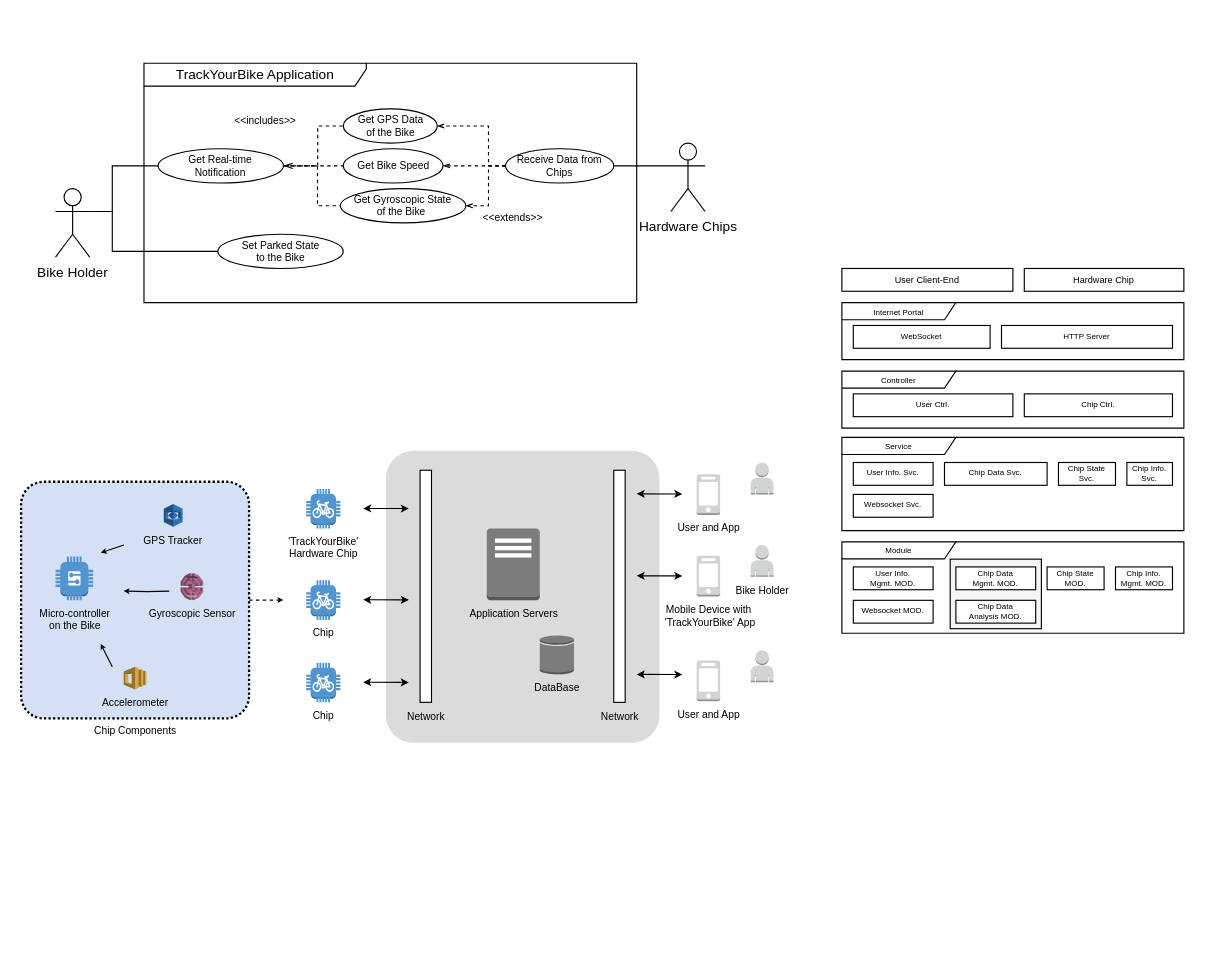
Earlier version of the draw.io diagram page "Page-1" (1 of 2) of doc/diagram/diagram.drawio (youyinnn/coen_6311_assignment1). Source tidied: cells renumbered, new cells numbered last; positions are measured from the earlier drawing's top-left corner, leaving out a move shared by most shapes. Both pictures are drawn from the tidied source at 114%, with x=0, y=0 at pixel (21, 63).
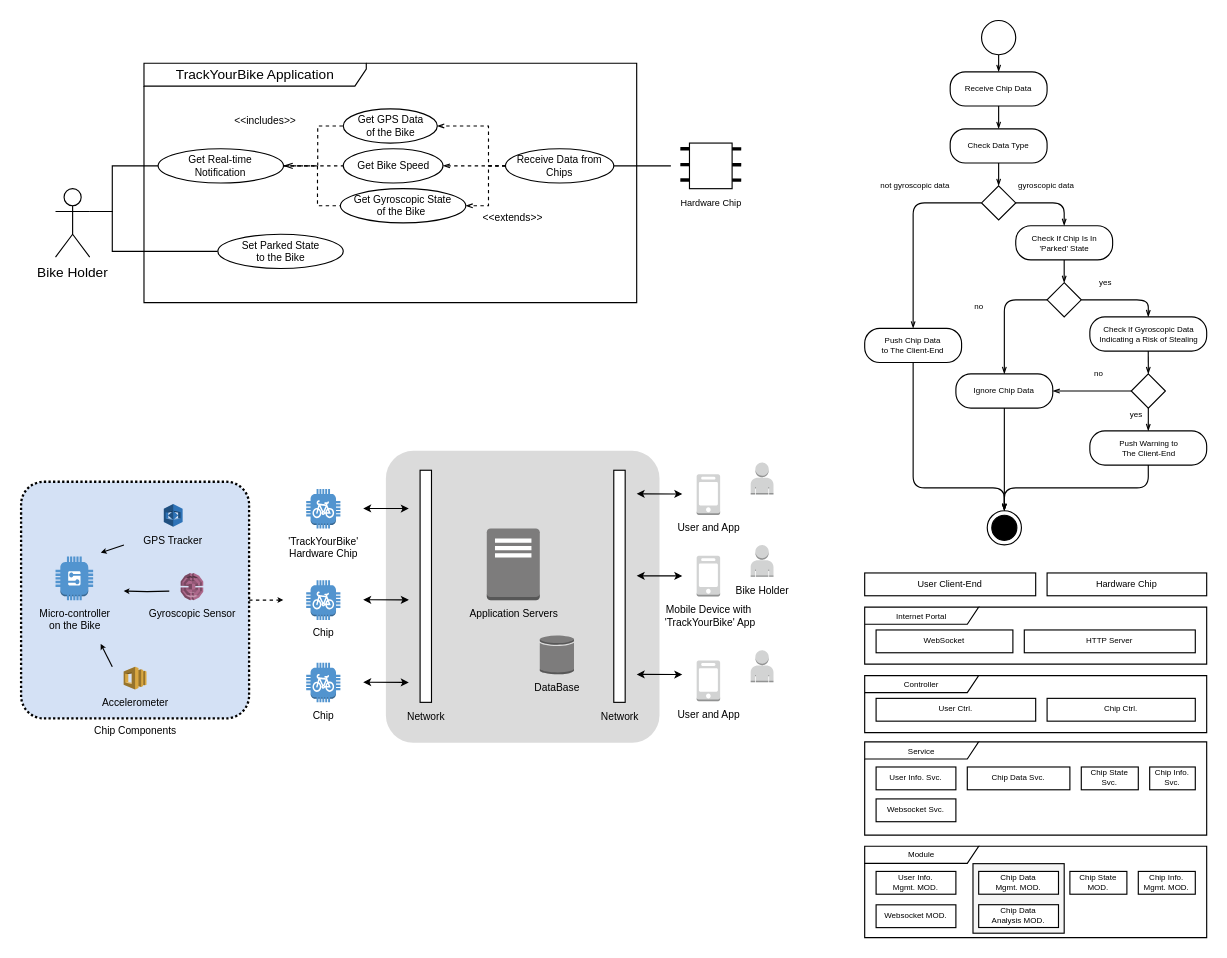
The same page after the edit.

Unchanged cells that the change refers to:
```xml
<mxCell id="55" value="Receive Data from&lt;br&gt;Chips" style="ellipse;whiteSpace=wrap;html=1;fontSize=9;" parent="1" vertex="1">
  <mxGeometry x="424.9" y="75" width="95" height="30" as="geometry" />
</mxCell>
```

Change to the diagram source:
```diff
@@
     <mxCell id="2" value="&lt;span style=&quot;font-size: 7px&quot;&gt;Module&lt;/span&gt;" style="shape=umlFrame;whiteSpace=wrap;html=1;fontSize=8;width=100;height=15;" parent="1" vertex="1">
-      <mxGeometry x="720" y="419.8" width="300" height="80.2" as="geometry" />
+      <mxGeometry x="740" y="686.8" width="300" height="80.2" as="geometry" />
     </mxCell>
     <mxCell id="3" style="whiteSpace=wrap;html=1;fontSize=7;fillColor=#f5f5f5;strokeColor=default;fontColor=#333333;" parent="1" vertex="1">
-      <mxGeometry x="815" y="435" width="80" height="61" as="geometry" />
+      <mxGeometry x="835" y="702.1" width="80" height="61" as="geometry" />
     </mxCell>
@@
-    <mxCell id="49" value="Hardware Chips" style="shape=umlActor;verticalLabelPosition=bottom;verticalAlign=top;html=1;" parent="1" vertex="1">
-      <mxGeometry x="570" y="70" width="30" height="60" as="geometry" />
-    </mxCell>
-    <mxCell id="50" style="edgeStyle=none;rounded=0;jettySize=auto;html=1;exitX=1;exitY=0.5;exitDx=0;exitDy=0;entryX=0;entryY=0.3333333333333333;entryDx=0;entryDy=0;entryPerimeter=0;fontSize=9;startArrow=none;startFill=0;endArrow=none;endFill=0;startSize=4;endSize=4;" parent="1" edge="1" source="55" target="49">
-      <mxGeometry relative="1" as="geometry" />
+    <mxCell id="50" style="edgeStyle=none;rounded=0;jettySize=auto;html=1;exitX=1;exitY=0.5;exitDx=0;exitDy=0;entryX=0;entryY=0.3333333333333333;entryDx=0;entryDy=0;entryPerimeter=0;fontSize=9;startArrow=none;startFill=0;endArrow=none;endFill=0;startSize=4;endSize=4;" parent="1" edge="1" source="55">
+      <mxGeometry relative="1" as="geometry">
+        <mxPoint x="570" y="90" as="targetPoint" />
+      </mxGeometry>
     </mxCell>
@@
     <mxCell id="56" value="User Client-End" style="whiteSpace=wrap;html=1;fontSize=8;" parent="1" vertex="1">
-      <mxGeometry x="720" y="180" width="150" height="20" as="geometry" />
+      <mxGeometry x="740" y="447.1" width="150" height="20" as="geometry" />
     </mxCell>
     <mxCell id="57" value="Hardware Chip" style="whiteSpace=wrap;html=1;fontSize=8;" parent="1" vertex="1">
-      <mxGeometry x="880" y="180" width="140" height="20" as="geometry" />
+      <mxGeometry x="900" y="447.1" width="140" height="20" as="geometry" />
     </mxCell>
     <mxCell id="58" value="&lt;font style=&quot;font-size: 7px&quot;&gt;Internet Portal&lt;/font&gt;" style="shape=umlFrame;whiteSpace=wrap;html=1;fontSize=8;width=100;height=15;" parent="1" vertex="1">
-      <mxGeometry x="720" y="210" width="300" height="50" as="geometry" />
+      <mxGeometry x="740" y="477.1" width="300" height="50" as="geometry" />
     </mxCell>
     <mxCell id="59" value="WebSocket" style="whiteSpace=wrap;html=1;fontSize=7;" parent="1" vertex="1">
-      <mxGeometry x="730" y="230" width="120" height="20" as="geometry" />
+      <mxGeometry x="750" y="497.1" width="120" height="20" as="geometry" />
     </mxCell>
     <mxCell id="60" value="HTTP Server" style="whiteSpace=wrap;html=1;fontSize=7;" parent="1" vertex="1">
-      <mxGeometry x="860" y="230" width="150" height="20" as="geometry" />
+      <mxGeometry x="880" y="497.1" width="150" height="20" as="geometry" />
     </mxCell>
     <mxCell id="61" value="&lt;span style=&quot;font-size: 7px&quot;&gt;Controller&lt;/span&gt;" style="shape=umlFrame;whiteSpace=wrap;html=1;fontSize=8;width=100;height=15;" parent="1" vertex="1">
-      <mxGeometry x="720" y="270" width="300" height="50" as="geometry" />
+      <mxGeometry x="740" y="537.1" width="300" height="50" as="geometry" />
     </mxCell>
     <mxCell id="62" value="User Ctrl." style="whiteSpace=wrap;html=1;fontSize=7;" parent="1" vertex="1">
-      <mxGeometry x="730" y="290" width="140" height="20" as="geometry" />
+      <mxGeometry x="750" y="557.1" width="140" height="20" as="geometry" />
     </mxCell>
     <mxCell id="63" value="Chip Ctrl." style="whiteSpace=wrap;html=1;fontSize=7;" parent="1" vertex="1">
-      <mxGeometry x="880" y="290" width="130" height="20" as="geometry" />
+      <mxGeometry x="900" y="557.1" width="130" height="20" as="geometry" />
     </mxCell>
     <mxCell id="64" value="&lt;span style=&quot;font-size: 7px&quot;&gt;Service&lt;/span&gt;" style="shape=umlFrame;whiteSpace=wrap;html=1;fontSize=8;width=100;height=15;" parent="1" vertex="1">
-      <mxGeometry x="720" y="328.2" width="300" height="81.8" as="geometry" />
+      <mxGeometry x="740" y="595.3" width="300" height="81.8" as="geometry" />
     </mxCell>
     <mxCell id="65" value="User Info. Svc." style="whiteSpace=wrap;html=1;fontSize=7;" parent="1" vertex="1">
-      <mxGeometry x="730" y="350.2" width="70" height="20" as="geometry" />
+      <mxGeometry x="750" y="617.3" width="70" height="20" as="geometry" />
     </mxCell>
     <mxCell id="66" value="Websocket Svc." style="whiteSpace=wrap;html=1;fontSize=7;" parent="1" vertex="1">
-      <mxGeometry x="730" y="378.2" width="70" height="20" as="geometry" />
+      <mxGeometry x="750" y="645.3" width="70" height="20" as="geometry" />
     </mxCell>
     <mxCell id="67" value="Chip State Svc." style="whiteSpace=wrap;html=1;fontSize=7;" parent="1" vertex="1">
-      <mxGeometry x="910" y="350.2" width="50" height="20" as="geometry" />
+      <mxGeometry x="930" y="617.3" width="50" height="20" as="geometry" />
     </mxCell>
     <mxCell id="68" value="Chip Info. Svc." style="whiteSpace=wrap;html=1;fontSize=7;" parent="1" vertex="1">
-      <mxGeometry x="970" y="350.2" width="40" height="20" as="geometry" />
+      <mxGeometry x="990" y="617.3" width="40" height="20" as="geometry" />
     </mxCell>
     <mxCell id="69" value="User Info. &lt;br&gt;Mgmt. MOD." style="whiteSpace=wrap;html=1;fontSize=7;" parent="1" vertex="1">
-      <mxGeometry x="730" y="441.8" width="70" height="20" as="geometry" />
+      <mxGeometry x="750" y="708.9" width="70" height="20" as="geometry" />
     </mxCell>
     <mxCell id="70" value="Chip State MOD." style="whiteSpace=wrap;html=1;fontSize=7;" parent="1" vertex="1">
-      <mxGeometry x="900" y="441.8" width="50" height="20" as="geometry" />
+      <mxGeometry x="920" y="708.9" width="50" height="20" as="geometry" />
     </mxCell>
     <mxCell id="71" value="Chip Info. &lt;br&gt;Mgmt. MOD." style="whiteSpace=wrap;html=1;fontSize=7;" parent="1" vertex="1">
-      <mxGeometry x="960" y="441.8" width="50" height="20" as="geometry" />
+      <mxGeometry x="980" y="708.9" width="50" height="20" as="geometry" />
     </mxCell>
     <mxCell id="72" value="Chip Data Svc." style="whiteSpace=wrap;html=1;fontSize=7;" parent="1" vertex="1">
-      <mxGeometry x="810" y="350.2" width="90" height="20" as="geometry" />
+      <mxGeometry x="830" y="617.3" width="90" height="20" as="geometry" />
     </mxCell>
     <mxCell id="73" value="Websocket MOD." style="whiteSpace=wrap;html=1;fontSize=7;" parent="1" vertex="1">
-      <mxGeometry x="730" y="471.1" width="70" height="20" as="geometry" />
+      <mxGeometry x="750" y="738.2" width="70" height="20" as="geometry" />
     </mxCell>
     <mxCell id="74" value="Chip Data &lt;br&gt;Mgmt. MOD." style="whiteSpace=wrap;html=1;fontSize=7;" parent="1" vertex="1">
-      <mxGeometry x="820" y="441.8" width="70" height="20" as="geometry" />
+      <mxGeometry x="840" y="708.9" width="70" height="20" as="geometry" />
     </mxCell>
     <mxCell id="75" value="Chip Data&lt;br&gt;Analysis MOD." style="whiteSpace=wrap;html=1;fontSize=7;" parent="1" vertex="1">
-      <mxGeometry x="820" y="471.1" width="70" height="20" as="geometry" />
+      <mxGeometry x="840" y="738.1" width="70" height="20" as="geometry" />
     </mxCell>
+    <mxCell id="76" style="edgeStyle=orthogonalEdgeStyle;rounded=0;jettySize=auto;html=1;exitX=0.5;exitY=1;exitDx=0;exitDy=0;entryX=0.5;entryY=0;entryDx=0;entryDy=0;fontSize=7;startArrow=none;startFill=0;endArrow=openThin;endFill=0;startSize=4;endSize=4;" parent="1" edge="1" source="77" target="79">
+      <mxGeometry relative="1" as="geometry" />
+    </mxCell>
+    <mxCell id="77" style="ellipse;fillColor=#ffffff;strokeColor=#000000;fontSize=7;" parent="1" vertex="1">
+      <mxGeometry x="842.5" y="-37.5" width="30" height="30" as="geometry" />
+    </mxCell>
+    <mxCell id="78" style="edgeStyle=orthogonalEdgeStyle;rounded=0;jettySize=auto;html=1;exitX=0.5;exitY=1;exitDx=0;exitDy=0;entryX=0.5;entryY=0;entryDx=0;entryDy=0;fontSize=7;startArrow=none;startFill=0;endArrow=openThin;endFill=0;startSize=4;endSize=4;" parent="1" edge="1" source="79" target="81">
+      <mxGeometry relative="1" as="geometry" />
+    </mxCell>
+    <mxCell id="79" value="Receive Chip Data" style="whiteSpace=wrap;html=1;fontSize=7;gradientColor=#ffffff;rounded=1;shadow=0;sketch=0;arcSize=44;" parent="1" vertex="1">
+      <mxGeometry x="815" y="7.5" width="85" height="30" as="geometry" />
+    </mxCell>
+    <mxCell id="80" style="edgeStyle=orthogonalEdgeStyle;rounded=0;jettySize=auto;html=1;exitX=0.5;exitY=1;exitDx=0;exitDy=0;entryX=0.5;entryY=0;entryDx=0;entryDy=0;fontSize=7;startArrow=none;startFill=0;endArrow=openThin;endFill=0;startSize=4;endSize=4;" parent="1" edge="1" source="81" target="86">
+      <mxGeometry relative="1" as="geometry" />
+    </mxCell>
+    <mxCell id="81" value="Check Data Type" style="whiteSpace=wrap;html=1;fontSize=7;gradientColor=#ffffff;rounded=1;shadow=0;sketch=0;arcSize=44;" parent="1" vertex="1">
+      <mxGeometry x="815" y="57.5" width="85" height="30" as="geometry" />
+    </mxCell>
+    <mxCell id="82" style="edgeStyle=orthogonalEdgeStyle;rounded=1;jettySize=auto;html=1;exitX=1;exitY=0.5;exitDx=0;exitDy=0;entryX=0.5;entryY=0;entryDx=0;entryDy=0;fontSize=7;startArrow=none;startFill=0;endArrow=openThin;endFill=0;startSize=4;endSize=4;" parent="1" edge="1" source="86" target="90">
+      <mxGeometry relative="1" as="geometry" />
+    </mxCell>
+    <mxCell id="83" value="gyroscopic data" style="edgeLabel;html=1;align=center;verticalAlign=middle;fontSize=7;" parent="82" vertex="1">
+      <mxGeometry x="-0.16" y="2" relative="1" as="geometry">
+        <mxPoint y="-13" as="offset" />
+      </mxGeometry>
+    </mxCell>
+    <mxCell id="84" style="edgeStyle=orthogonalEdgeStyle;rounded=1;jettySize=auto;html=1;exitX=0;exitY=0.5;exitDx=0;exitDy=0;entryX=0.5;entryY=0;entryDx=0;entryDy=0;fontSize=7;startArrow=none;startFill=0;endArrow=openThin;endFill=0;startSize=4;endSize=4;" parent="1" edge="1" source="86" target="88">
+      <mxGeometry relative="1" as="geometry" />
+    </mxCell>
+    <mxCell id="85" value="not gyroscopic data" style="edgeLabel;html=1;align=center;verticalAlign=middle;fontSize=7;" parent="84" vertex="1">
+      <mxGeometry x="-0.31" relative="1" as="geometry">
+        <mxPoint y="-15" as="offset" />
+      </mxGeometry>
+    </mxCell>
+    <mxCell id="86" style="rhombus;rounded=0;shadow=0;sketch=0;fontSize=7;strokeColor=default;fillColor=default;gradientColor=#ffffff;" parent="1" vertex="1">
+      <mxGeometry x="842.5" y="107.5" width="30" height="30" as="geometry" />
+    </mxCell>
+    <mxCell id="87" style="edgeStyle=orthogonalEdgeStyle;rounded=1;jettySize=auto;html=1;exitX=0.5;exitY=1;exitDx=0;exitDy=0;entryX=0.5;entryY=0;entryDx=0;entryDy=0;fontSize=7;startArrow=none;startFill=0;endArrow=openThin;endFill=0;startSize=4;endSize=4;" parent="1" edge="1" source="88" target="98">
+      <mxGeometry relative="1" as="geometry">
+        <Array as="points">
+          <mxPoint x="782.5" y="372.5" />
+          <mxPoint x="862.5" y="372.5" />
+        </Array>
+      </mxGeometry>
+    </mxCell>
+    <mxCell id="88" value="Push Chip Data&lt;br&gt;to The Client-End" style="whiteSpace=wrap;html=1;fontSize=7;gradientColor=#ffffff;rounded=1;shadow=0;sketch=0;arcSize=44;" parent="1" vertex="1">
+      <mxGeometry x="740" y="232.5" width="85" height="30" as="geometry" />
+    </mxCell>
+    <mxCell id="89" style="edgeStyle=orthogonalEdgeStyle;rounded=1;jettySize=auto;html=1;exitX=0.5;exitY=1;exitDx=0;exitDy=0;entryX=0.5;entryY=0;entryDx=0;entryDy=0;fontSize=7;startArrow=none;startFill=0;endArrow=openThin;endFill=0;startSize=4;endSize=4;" parent="1" edge="1" source="90" target="95">
+      <mxGeometry relative="1" as="geometry" />
+    </mxCell>
+    <mxCell id="90" value="Check If Chip Is In &lt;br&gt;'Parked' State" style="whiteSpace=wrap;html=1;fontSize=7;gradientColor=#ffffff;rounded=1;shadow=0;sketch=0;arcSize=44;" parent="1" vertex="1">
+      <mxGeometry x="872.5" y="142.5" width="85" height="30" as="geometry" />
+    </mxCell>
+    <mxCell id="91" style="edgeStyle=orthogonalEdgeStyle;rounded=1;jettySize=auto;html=1;exitX=0;exitY=0.5;exitDx=0;exitDy=0;entryX=0.5;entryY=0;entryDx=0;entryDy=0;fontSize=7;startArrow=none;startFill=0;endArrow=openThin;endFill=0;startSize=4;endSize=4;" parent="1" edge="1" source="95" target="97">
+      <mxGeometry relative="1" as="geometry">
+        <Array as="points">
+          <mxPoint x="862.5" y="207.5" />
+        </Array>
+      </mxGeometry>
+    </mxCell>
+    <mxCell id="92" value="no" style="edgeLabel;html=1;align=center;verticalAlign=middle;fontSize=7;" parent="91" vertex="1">
+      <mxGeometry x="-0.08" relative="1" as="geometry">
+        <mxPoint x="-23" y="-4" as="offset" />
+      </mxGeometry>
+    </mxCell>
+    <mxCell id="93" style="edgeStyle=orthogonalEdgeStyle;rounded=1;jettySize=auto;html=1;exitX=1;exitY=0.5;exitDx=0;exitDy=0;fontSize=7;startArrow=none;startFill=0;endArrow=openThin;endFill=0;startSize=4;endSize=4;entryX=0.5;entryY=0;entryDx=0;entryDy=0;" parent="1" edge="1" source="95" target="100">
+      <mxGeometry relative="1" as="geometry">
+        <Array as="points">
+          <mxPoint x="988.5" y="207.5" />
+          <mxPoint x="988.5" y="222.5" />
+        </Array>
+      </mxGeometry>
+    </mxCell>
+    <mxCell id="94" value="yes" style="edgeLabel;html=1;align=center;verticalAlign=middle;fontSize=7;" parent="93" vertex="1">
+      <mxGeometry x="-0.47" relative="1" as="geometry">
+        <mxPoint y="-15" as="offset" />
+      </mxGeometry>
+    </mxCell>
+    <mxCell id="95" style="rhombus;rounded=0;shadow=0;sketch=0;fontSize=7;strokeColor=default;fillColor=default;gradientColor=#ffffff;" parent="1" vertex="1">
+      <mxGeometry x="900" y="192.5" width="30" height="30" as="geometry" />
+    </mxCell>
+    <mxCell id="96" style="edgeStyle=orthogonalEdgeStyle;rounded=1;jettySize=auto;html=1;exitX=0.5;exitY=1;exitDx=0;exitDy=0;entryX=0.5;entryY=0;entryDx=0;entryDy=0;fontSize=7;startArrow=none;startFill=0;endArrow=openThin;endFill=0;startSize=4;endSize=4;" parent="1" edge="1" source="97" target="98">
+      <mxGeometry relative="1" as="geometry" />
+    </mxCell>
+    <mxCell id="97" value="Ignore Chip Data" style="whiteSpace=wrap;html=1;fontSize=7;gradientColor=#ffffff;rounded=1;shadow=0;sketch=0;arcSize=44;" parent="1" vertex="1">
+      <mxGeometry x="820" y="272.5" width="85" height="30" as="geometry" />
+    </mxCell>
+    <mxCell id="98" style="ellipse;html=1;shape=endState;fillColor=#000000;strokeColor=#000000;rounded=0;shadow=0;sketch=0;fontSize=7;" parent="1" vertex="1">
+      <mxGeometry x="847.5" y="392.5" width="30" height="30" as="geometry" />
+    </mxCell>
+    <mxCell id="99" style="edgeStyle=orthogonalEdgeStyle;rounded=1;jettySize=auto;html=1;exitX=0.5;exitY=1;exitDx=0;exitDy=0;entryX=0.5;entryY=0;entryDx=0;entryDy=0;fontSize=7;startArrow=none;startFill=0;endArrow=openThin;endFill=0;startSize=4;endSize=4;" parent="1" edge="1" source="100" target="104">
+      <mxGeometry relative="1" as="geometry" />
+    </mxCell>
+    <mxCell id="100" value="Check If Gyroscopic Data&lt;br&gt;Indicating a Risk of Stealing" style="whiteSpace=wrap;html=1;fontSize=7;gradientColor=#ffffff;rounded=1;shadow=0;sketch=0;arcSize=44;" parent="1" vertex="1">
+      <mxGeometry x="937.5" y="222.5" width="102.5" height="30" as="geometry" />
+    </mxCell>
+    <mxCell id="101" style="edgeStyle=orthogonalEdgeStyle;rounded=1;jettySize=auto;html=1;exitX=0;exitY=0.5;exitDx=0;exitDy=0;entryX=1;entryY=0.5;entryDx=0;entryDy=0;fontSize=7;startArrow=none;startFill=0;endArrow=openThin;endFill=0;startSize=4;endSize=4;" parent="1" edge="1" source="104" target="97">
+      <mxGeometry relative="1" as="geometry" />
+    </mxCell>
+    <mxCell id="102" value="no" style="edgeLabel;html=1;align=center;verticalAlign=middle;fontSize=7;" parent="101" vertex="1">
+      <mxGeometry x="-0.16" relative="1" as="geometry">
+        <mxPoint y="-15" as="offset" />
+      </mxGeometry>
+    </mxCell>
+    <mxCell id="103" value="yes" style="edgeStyle=orthogonalEdgeStyle;rounded=1;jettySize=auto;html=1;exitX=0.5;exitY=1;exitDx=0;exitDy=0;entryX=0.5;entryY=0;entryDx=0;entryDy=0;fontSize=7;startArrow=none;startFill=0;endArrow=openThin;endFill=0;startSize=4;endSize=4;" parent="1" edge="1" source="104" target="106">
+      <mxGeometry x="-0.34" y="-11" relative="1" as="geometry">
+        <Array as="points">
+          <mxPoint x="988.5" y="322.5" />
+          <mxPoint x="988.5" y="322.5" />
+        </Array>
+      </mxGeometry>
+    </mxCell>
+    <mxCell id="104" style="rhombus;rounded=0;shadow=0;sketch=0;fontSize=7;strokeColor=default;fillColor=default;gradientColor=#ffffff;" parent="1" vertex="1">
+      <mxGeometry x="973.8" y="272.5" width="30" height="30" as="geometry" />
+    </mxCell>
+    <mxCell id="105" style="edgeStyle=orthogonalEdgeStyle;rounded=1;jettySize=auto;html=1;exitX=0.5;exitY=1;exitDx=0;exitDy=0;entryX=0.5;entryY=0;entryDx=0;entryDy=0;fontSize=7;startArrow=none;startFill=0;endArrow=openThin;endFill=0;startSize=4;endSize=4;" parent="1" edge="1" source="106" target="98">
+      <mxGeometry relative="1" as="geometry">
+        <Array as="points">
+          <mxPoint x="988.5" y="372.5" />
+          <mxPoint x="862.5" y="372.5" />
+        </Array>
+      </mxGeometry>
+    </mxCell>
+    <mxCell id="106" value="Push Warning to &lt;br&gt;The Client-End" style="whiteSpace=wrap;html=1;fontSize=7;gradientColor=#ffffff;rounded=1;shadow=0;sketch=0;arcSize=44;" parent="1" vertex="1">
+      <mxGeometry x="937.5" y="322.5" width="102.5" height="30" as="geometry" />
+    </mxCell>
+    <mxCell id="107" style="endArrow=none;startArrow=none;endFill=0;startFill=0;html=1;verticalAlign=bottom;labelBackgroundColor=none;strokeWidth=3;startSize=8;endSize=8;sketch=0;fontSize=8;fontColor=#000000;fillColor=#B2C9AB;jumpStyle=arc;" parent="1" edge="1">
+      <mxGeometry relative="1" as="geometry">
+        <mxPoint x="578.3" y="102.4" as="sourcePoint" />
+        <mxPoint x="631.7" y="102.5" as="targetPoint" />
+      </mxGeometry>
+    </mxCell>
+    <mxCell id="108" style="endArrow=none;startArrow=none;endFill=0;startFill=0;html=1;verticalAlign=bottom;labelBackgroundColor=none;strokeWidth=3;startSize=8;endSize=8;sketch=0;fontSize=8;fontColor=#000000;fillColor=#B2C9AB;jumpStyle=arc;" parent="1" edge="1">
+      <mxGeometry relative="1" as="geometry">
+        <mxPoint x="578.3" y="75" as="sourcePoint" />
+        <mxPoint x="631.7" y="75.1" as="targetPoint" />
+      </mxGeometry>
+    </mxCell>
+    <mxCell id="109" style="endArrow=none;startArrow=none;endFill=0;startFill=0;html=1;verticalAlign=bottom;labelBackgroundColor=none;strokeWidth=3;startSize=8;endSize=8;sketch=0;fontSize=8;fontColor=#000000;fillColor=#B2C9AB;jumpStyle=arc;" parent="1" edge="1">
+      <mxGeometry relative="1" as="geometry">
+        <mxPoint x="578.3" y="88.9" as="sourcePoint" />
+        <mxPoint x="631.7" y="89" as="targetPoint" />
+      </mxGeometry>
+    </mxCell>
+    <mxCell id="110" style="whiteSpace=wrap;html=1;rounded=1;glass=0;labelBackgroundColor=none;sketch=0;fontSize=8;strokeWidth=1;gradientDirection=south;align=center;verticalAlign=middle;arcSize=0;" parent="1" vertex="1">
+      <mxGeometry x="586.3" y="70" width="37.4" height="40" as="geometry" />
+    </mxCell>
+    <mxCell id="111" value="Hardware Chip" style="text;html=1;align=center;verticalAlign=middle;fillColor=none;strokeColor=none;rounded=0;glass=0;labelBackgroundColor=none;sketch=0;fontSize=8;fontColor=#000000;" parent="1" vertex="1">
+      <mxGeometry x="570" y="112.5" width="70" height="20" as="geometry" />
+    </mxCell>
```
